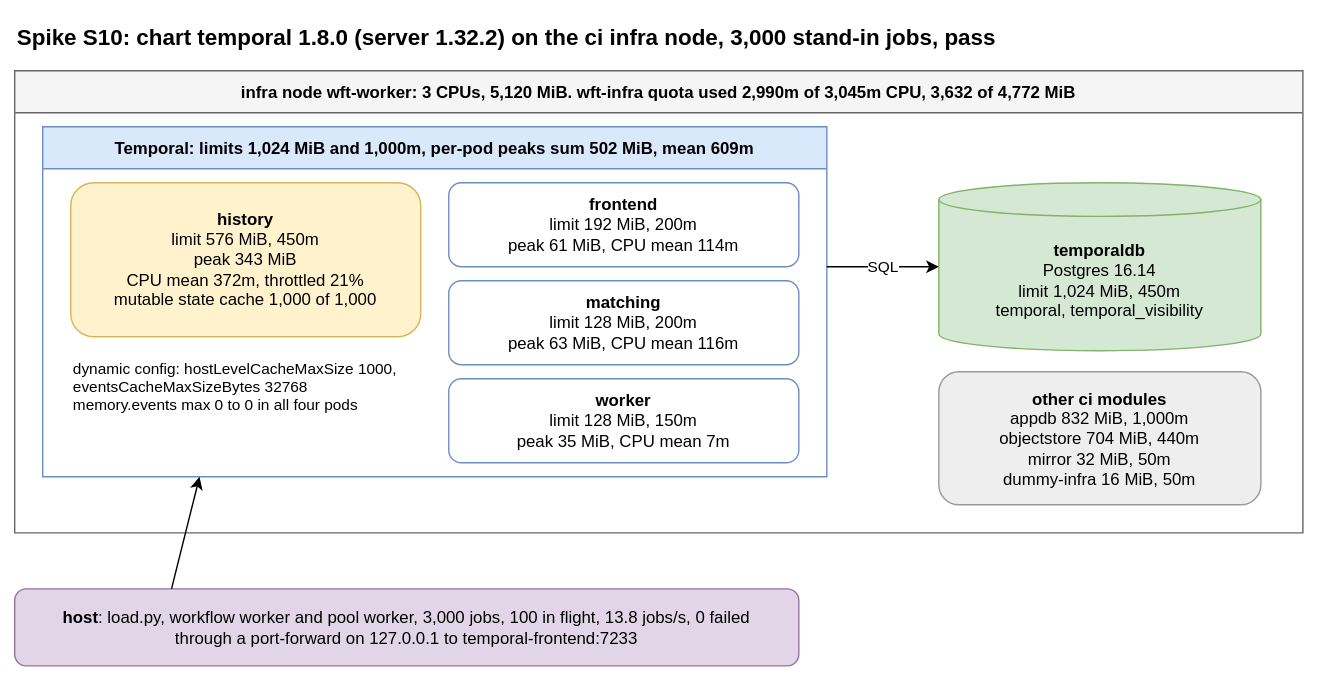
AndoNorth/disyard keeps this draw.io diagram as docs/delivery/spikes/S10/helm-install.drawio.svg. Above is the earlier version. Source tidied: cells renumbered, new cells last; positions are measured from the earlier drawing's top-left corner, leaving out a move shared by most shapes. The source it was exported from:
```xml
<mxGraphModel>
  <root>
    <mxCell id="0" />
    <mxCell id="1" parent="0" />
    <mxCell id="2" value="Spike S10: chart temporal 1.8.0 (server 1.32.2) on the ci infra node, 3,000 stand-in jobs, pass" style="text;html=1;fontSize=16;fontStyle=1;align=left;" parent="1" vertex="1">
      <mxGeometry width="900" height="30" as="geometry" />
    </mxCell>
    <mxCell id="3" value="infra node wft-worker: 3 CPUs, 5,120 MiB. wft-infra quota used 2,990m of 3,045m CPU, 3,632 of 4,772 MiB" style="swimlane;startSize=30;fillColor=#f5f5f5;strokeColor=#666666;fontStyle=1;" parent="1" vertex="1">
      <mxGeometry y="40" width="920" height="330" as="geometry" />
    </mxCell>
    <mxCell id="4" value="Temporal: limits 1,024 MiB and 1,000m, per-pod peaks sum 502 MiB, mean 609m" style="swimlane;startSize=30;fillColor=#dae8fc;strokeColor=#6c8ebf;fontStyle=1;" parent="3" vertex="1">
      <mxGeometry x="20" y="40" width="560" height="250" as="geometry" />
    </mxCell>
    <mxCell id="5" value="&lt;b&gt;history&lt;/b&gt;&lt;br&gt;limit 576 MiB, 450m&lt;br&gt;peak 343 MiB&lt;br&gt;CPU mean 372m, throttled 21%&lt;br&gt;mutable state cache 1,000 of 1,000" style="rounded=1;whiteSpace=wrap;html=1;fillColor=#fff2cc;strokeColor=#d6b656;" parent="4" vertex="1">
      <mxGeometry x="20" y="40" width="250" height="110" as="geometry" />
    </mxCell>
    <mxCell id="6" value="&lt;b&gt;frontend&lt;/b&gt;&lt;br&gt;limit 192 MiB, 200m&lt;br&gt;peak 61 MiB, CPU mean 114m" style="rounded=1;whiteSpace=wrap;html=1;fillColor=#ffffff;strokeColor=#6c8ebf;" parent="4" vertex="1">
      <mxGeometry x="290" y="40" width="250" height="60" as="geometry" />
    </mxCell>
    <mxCell id="7" value="&lt;b&gt;matching&lt;/b&gt;&lt;br&gt;limit 128 MiB, 200m&lt;br&gt;peak 63 MiB, CPU mean 116m" style="rounded=1;whiteSpace=wrap;html=1;fillColor=#ffffff;strokeColor=#6c8ebf;" parent="4" vertex="1">
      <mxGeometry x="290" y="110" width="250" height="60" as="geometry" />
    </mxCell>
    <mxCell id="8" value="&lt;b&gt;worker&lt;/b&gt;&lt;br&gt;limit 128 MiB, 150m&lt;br&gt;peak 35 MiB, CPU mean 7m" style="rounded=1;whiteSpace=wrap;html=1;fillColor=#ffffff;strokeColor=#6c8ebf;" parent="4" vertex="1">
      <mxGeometry x="290" y="180" width="250" height="60" as="geometry" />
    </mxCell>
    <mxCell id="9" value="dynamic config: hostLevelCacheMaxSize 1000, eventsCacheMaxSizeBytes 32768&lt;br&gt;memory.events max 0 to 0 in all four pods" style="text;html=1;fontSize=11;align=left;whiteSpace=wrap;" parent="4" vertex="1">
      <mxGeometry x="20" y="160" width="260" height="70" as="geometry" />
    </mxCell>
    <mxCell id="10" value="&lt;b&gt;temporaldb&lt;/b&gt;&lt;br&gt;Postgres 16.14&lt;br&gt;limit 1,024 MiB, 450m&lt;br&gt;temporal, temporal_visibility" style="shape=cylinder3;whiteSpace=wrap;html=1;boundedLbl=1;size=12;fillColor=#d5e8d4;strokeColor=#82b366;" parent="3" vertex="1">
      <mxGeometry x="660" y="80" width="230" height="120" as="geometry" />
    </mxCell>
    <mxCell id="11" value="&lt;b&gt;other ci modules&lt;/b&gt;&lt;br&gt;appdb 832 MiB, 1,000m&lt;br&gt;objectstore 704 MiB, 440m&lt;br&gt;mirror 32 MiB, 50m&lt;br&gt;dummy-infra 16 MiB, 50m" style="rounded=1;whiteSpace=wrap;html=1;fillColor=#eeeeee;strokeColor=#999999;" parent="3" vertex="1">
      <mxGeometry x="660" y="215" width="230" height="95" as="geometry" />
    </mxCell>
    <mxCell id="12" value="SQL" style="endArrow=classic;html=1;fontSize=11;exitX=1;exitY=0.4;exitDx=0;exitDy=0;entryX=0;entryY=0.5;entryDx=0;entryDy=0;labelBackgroundColor=#ffffff;" parent="3" edge="1" source="4" target="10">
      <mxGeometry relative="1" as="geometry" />
    </mxCell>
    <mxCell id="13" value="&lt;b&gt;host&lt;/b&gt;: load.py, workflow worker and pool worker, 3,000 jobs, 100 in flight, 13.8 jobs/s, 0 failed&lt;br&gt;through a port-forward on 127.0.0.1 to temporal-frontend:7233" style="rounded=1;whiteSpace=wrap;html=1;fillColor=#e1d5e7;strokeColor=#9673a6;" parent="1" vertex="1">
      <mxGeometry y="410" width="560" height="55" as="geometry" />
    </mxCell>
    <mxCell id="14" style="endArrow=classic;html=1;fontSize=11;exitX=0.2;exitY=0;exitDx=0;exitDy=0;entryX=0.2;entryY=1;entryDx=0;entryDy=0;labelBackgroundColor=#ffffff;" parent="1" edge="1" source="13" target="4">
      <mxGeometry relative="1" as="geometry" />
    </mxCell>
  </root>
</mxGraphModel>
```
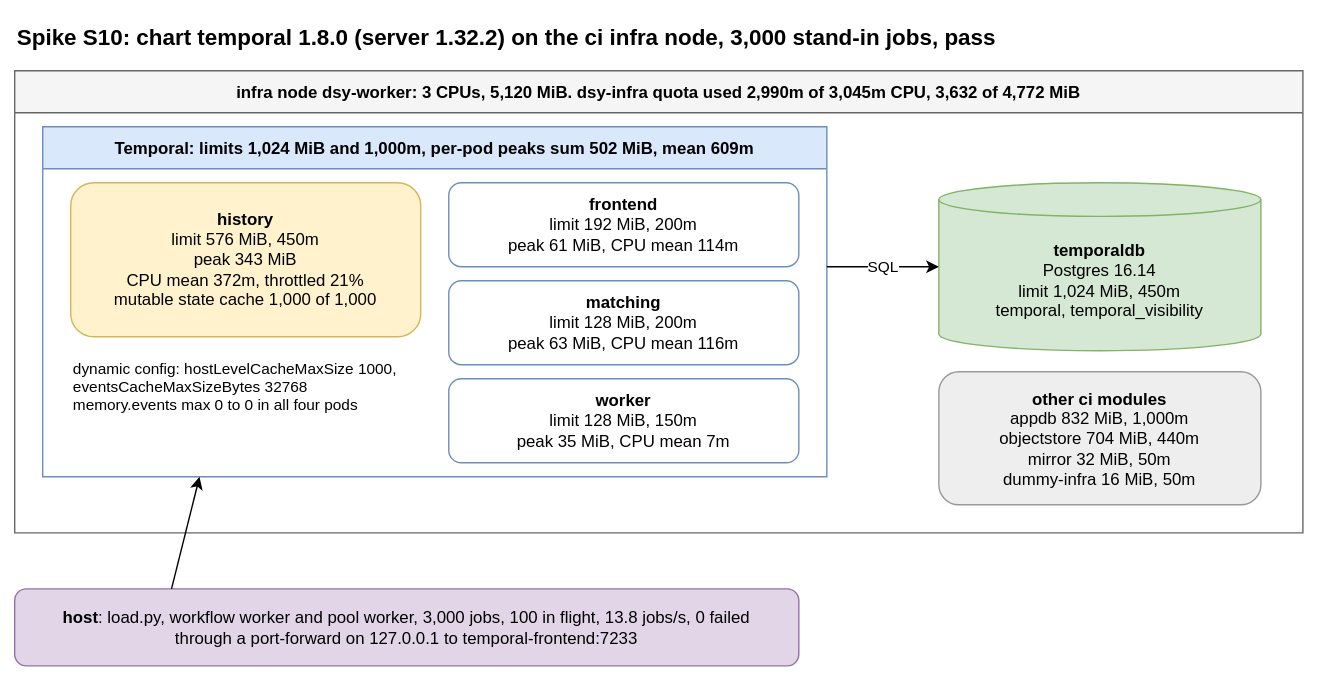
The same diagram one commit later.

What changed in the source:
```diff
@@ -5,7 +5,7 @@
     <mxCell id="2" value="Spike S10: chart temporal 1.8.0 (server 1.32.2) on the ci infra node, 3,000 stand-in jobs, pass" style="text;html=1;fontSize=16;fontStyle=1;align=left;" parent="1" vertex="1">
       <mxGeometry width="900" height="30" as="geometry" />
     </mxCell>
-    <mxCell id="3" value="infra node wft-worker: 3 CPUs, 5,120 MiB. wft-infra quota used 2,990m of 3,045m CPU, 3,632 of 4,772 MiB" style="swimlane;startSize=30;fillColor=#f5f5f5;strokeColor=#666666;fontStyle=1;" parent="1" vertex="1">
+    <mxCell id="3" value="infra node dsy-worker: 3 CPUs, 5,120 MiB. dsy-infra quota used 2,990m of 3,045m CPU, 3,632 of 4,772 MiB" style="swimlane;startSize=30;fillColor=#f5f5f5;strokeColor=#666666;fontStyle=1;" parent="1" vertex="1">
       <mxGeometry y="40" width="920" height="330" as="geometry" />
     </mxCell>
     <mxCell id="4" value="Temporal: limits 1,024 MiB and 1,000m, per-pod peaks sum 502 MiB, mean 609m" style="swimlane;startSize=30;fillColor=#dae8fc;strokeColor=#6c8ebf;fontStyle=1;" parent="3" vertex="1">
```
